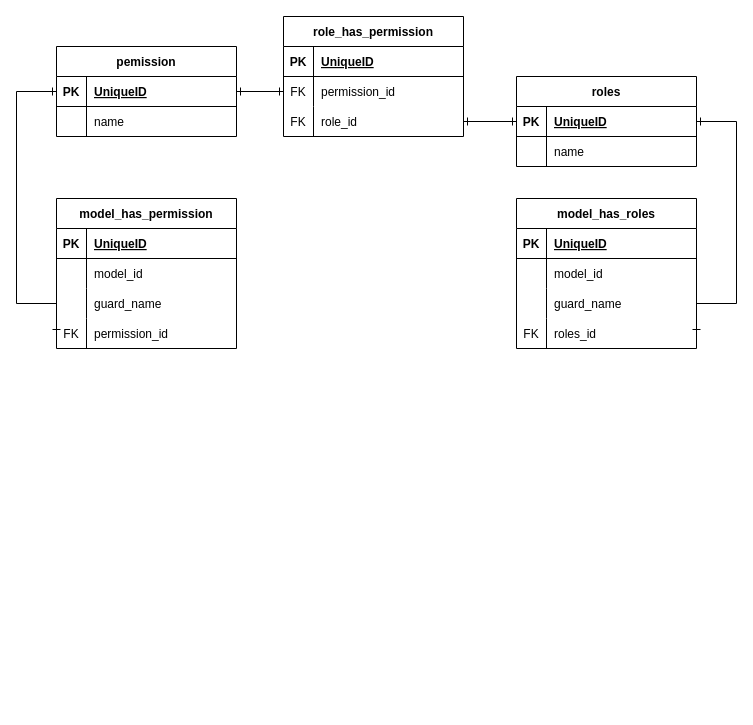
Noboruotao/escola-sugestao-backend keeps this draw.io diagram as diagrama/Diagrama_db_tabelas_permissions.drawio. Above is the earlier version. Source tidied: cells renumbered, new cells numbered last; positions are measured from the earlier drawing's top-left corner, leaving out a move shared by most shapes. Both pictures are drawn from the tidied source at 100%, with x=0, y=0 at pixel (16, 16).
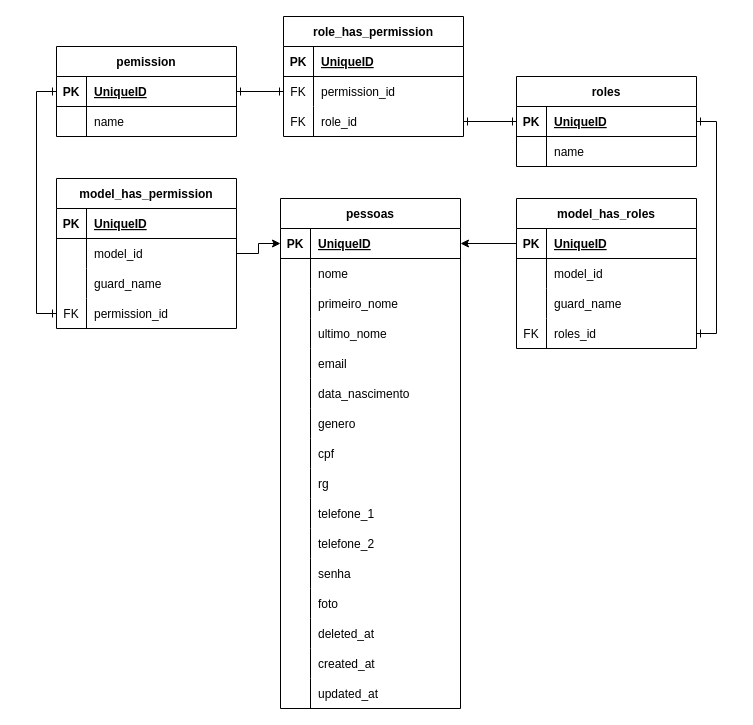
After the change.

Unchanged cells that the change refers to:
```xml
<mxCell id="6" style="shape=tableRow;horizontal=0;startSize=0;swimlaneHead=0;swimlaneBody=0;fillColor=none;points=[[0,0.5],[1,0.5]];portConstraint=eastwest;top=0;left=0;right=0;bottom=0;" parent="2" vertex="1">
  <mxGeometry y="60" width="180" height="30" as="geometry" />
</mxCell>
<mxCell id="12" style="shape=tableRow;horizontal=0;startSize=0;swimlaneHead=0;swimlaneBody=0;fillColor=none;points=[[0,0.5],[1,0.5]];portConstraint=eastwest;top=0;left=0;right=0;bottom=0;" parent="2" vertex="1">
  <mxGeometry y="120" width="180" height="30" as="geometry" />
</mxCell>
<mxCell id="16" style="shape=tableRow;horizontal=0;startSize=0;swimlaneHead=0;swimlaneBody=0;fillColor=none;points=[[0,0.5],[1,0.5]];portConstraint=eastwest;top=0;left=0;right=0;bottom=1;" parent="15" vertex="1">
  <mxGeometry y="30" width="180" height="30" as="geometry" />
</mxCell>
<mxCell id="25" style="shape=tableRow;horizontal=0;startSize=0;swimlaneHead=0;swimlaneBody=0;fillColor=none;points=[[0,0.5],[1,0.5]];portConstraint=eastwest;top=0;left=0;right=0;bottom=0;" parent="15" vertex="1">
  <mxGeometry y="120" width="180" height="30" as="geometry" />
</mxCell>
<mxCell id="29" style="shape=tableRow;horizontal=0;startSize=0;swimlaneHead=0;swimlaneBody=0;fillColor=none;points=[[0,0.5],[1,0.5]];portConstraint=eastwest;top=0;left=0;right=0;bottom=1;" parent="28" vertex="1">
  <mxGeometry y="30" width="180" height="30" as="geometry" />
</mxCell>
<mxCell id="36" style="shape=tableRow;horizontal=0;startSize=0;swimlaneHead=0;swimlaneBody=0;fillColor=none;points=[[0,0.5],[1,0.5]];portConstraint=eastwest;top=0;left=0;right=0;bottom=1;" parent="35" vertex="1">
  <mxGeometry y="30" width="180" height="30" as="geometry" />
</mxCell>
```

The edit, as a diff of the source:
```diff
@@
     <mxCell id="2" value="model_has_permission" style="shape=table;startSize=30;childLayout=tableLayout;rowLines=0;fontStyle=1;align=center;" parent="1" vertex="1">
-      <mxGeometry x="40" y="182" width="180" height="150" as="geometry" />
+      <mxGeometry x="40" y="162" width="180" height="150" as="geometry" />
     </mxCell>
@@
-    <mxCell id="52" style="edgeStyle=orthogonalEdgeStyle;rounded=0;jettySize=auto;html=1;exitX=0;exitY=0.5;exitDx=0;exitDy=0;entryX=0;entryY=0.5;entryDx=0;entryDy=0;startArrow=ERone;startFill=0;endArrow=ERone;endFill=0;" parent="1" edge="1" source="29" target="12">
-      <mxGeometry relative="1" as="geometry">
-        <Array as="points">
-          <mxPoint y="75" />
-          <mxPoint y="287" />
-        </Array>
-      </mxGeometry>
-    </mxCell>
@@
     <mxCell id="55" style="edgeStyle=orthogonalEdgeStyle;rounded=0;jettySize=auto;html=1;entryX=1;entryY=0.5;entryDx=0;entryDy=0;startArrow=ERone;startFill=0;endArrow=ERone;endFill=0;" parent="1" edge="1" source="36" target="25">
       <mxGeometry relative="1" as="geometry">
         <Array as="points">
-          <mxPoint x="720" y="105" />
-          <mxPoint x="720" y="287" />
+          <mxPoint x="700" y="105" />
+          <mxPoint x="700" y="317" />
         </Array>
       </mxGeometry>
     </mxCell>
+    <mxCell id="52" style="edgeStyle=orthogonalEdgeStyle;rounded=0;jettySize=auto;html=1;entryX=0;entryY=0.5;entryDx=0;entryDy=0;startArrow=ERone;startFill=0;endArrow=ERone;endFill=0;" parent="1" edge="1" source="29" target="12">
+      <mxGeometry relative="1" as="geometry" />
+    </mxCell>
+    <mxCell id="56" value="pessoas" style="shape=table;startSize=30;childLayout=tableLayout;rowLines=0;fontStyle=1;align=center;" parent="1" vertex="1">
+      <mxGeometry x="264" y="182" width="180" height="510" as="geometry" />
+    </mxCell>
+    <mxCell id="57" style="shape=tableRow;horizontal=0;startSize=0;swimlaneHead=0;swimlaneBody=0;fillColor=none;points=[[0,0.5],[1,0.5]];portConstraint=eastwest;top=0;left=0;right=0;bottom=1;" parent="56" vertex="1">
+      <mxGeometry y="30" width="180" height="30" as="geometry" />
+    </mxCell>
+    <mxCell id="58" value="PK" style="shape=partialRectangle;fillColor=none;top=0;left=0;bottom=0;right=0;fontStyle=1;overflow=hidden;" parent="57" vertex="1">
+      <mxGeometry width="30" height="30" as="geometry" />
+    </mxCell>
+    <mxCell id="59" value="UniqueID" style="shape=partialRectangle;fillColor=none;top=0;left=0;bottom=0;right=0;align=left;spacingLeft=6;fontStyle=5;overflow=hidden;" parent="57" vertex="1">
+      <mxGeometry x="30" width="150" height="30" as="geometry" />
+    </mxCell>
+    <mxCell id="60" style="shape=tableRow;horizontal=0;startSize=0;swimlaneHead=0;swimlaneBody=0;fillColor=none;top=0;left=0;right=0;bottom=0;" parent="56" vertex="1">
+      <mxGeometry y="60" width="180" height="30" as="geometry" />
+    </mxCell>
+    <mxCell id="61" style="shape=partialRectangle;fillColor=none;top=0;left=0;bottom=0;right=0;overflow=hidden;" parent="60" vertex="1">
+      <mxGeometry width="30" height="30" as="geometry" />
+    </mxCell>
+    <mxCell id="62" value="nome" style="shape=partialRectangle;fillColor=none;top=0;left=0;bottom=0;right=0;align=left;spacingLeft=6;overflow=hidden;" parent="60" vertex="1">
+      <mxGeometry x="30" width="150" height="30" as="geometry" />
+    </mxCell>
+    <mxCell id="63" style="shape=tableRow;horizontal=0;startSize=0;swimlaneHead=0;swimlaneBody=0;fillColor=none;top=0;left=0;right=0;bottom=0;" parent="56" vertex="1">
+      <mxGeometry y="90" width="180" height="30" as="geometry" />
+    </mxCell>
+    <mxCell id="64" style="shape=partialRectangle;fillColor=none;top=0;left=0;bottom=0;right=0;overflow=hidden;" parent="63" vertex="1">
+      <mxGeometry width="30" height="30" as="geometry" />
+    </mxCell>
+    <mxCell id="65" value="primeiro_nome" style="shape=partialRectangle;fillColor=none;top=0;left=0;bottom=0;right=0;align=left;spacingLeft=6;overflow=hidden;" parent="63" vertex="1">
+      <mxGeometry x="30" width="150" height="30" as="geometry" />
+    </mxCell>
+    <mxCell id="66" style="shape=tableRow;horizontal=0;startSize=0;swimlaneHead=0;swimlaneBody=0;fillColor=none;top=0;left=0;right=0;bottom=0;" parent="56" vertex="1">
+      <mxGeometry y="120" width="180" height="30" as="geometry" />
+    </mxCell>
+    <mxCell id="67" style="shape=partialRectangle;fillColor=none;top=0;left=0;bottom=0;right=0;overflow=hidden;" parent="66" vertex="1">
+      <mxGeometry width="30" height="30" as="geometry" />
+    </mxCell>
+    <mxCell id="68" value="ultimo_nome" style="shape=partialRectangle;fillColor=none;top=0;left=0;bottom=0;right=0;align=left;spacingLeft=6;overflow=hidden;" parent="66" vertex="1">
+      <mxGeometry x="30" width="150" height="30" as="geometry" />
+    </mxCell>
+    <mxCell id="69" style="shape=tableRow;horizontal=0;startSize=0;swimlaneHead=0;swimlaneBody=0;fillColor=none;top=0;left=0;right=0;bottom=0;" parent="56" vertex="1">
+      <mxGeometry y="150" width="180" height="30" as="geometry" />
+    </mxCell>
+    <mxCell id="70" style="shape=partialRectangle;fillColor=none;top=0;left=0;bottom=0;right=0;overflow=hidden;" parent="69" vertex="1">
+      <mxGeometry width="30" height="30" as="geometry" />
+    </mxCell>
+    <mxCell id="71" value="email" style="shape=partialRectangle;fillColor=none;top=0;left=0;bottom=0;right=0;align=left;spacingLeft=6;overflow=hidden;" parent="69" vertex="1">
+      <mxGeometry x="30" width="150" height="30" as="geometry" />
+    </mxCell>
+    <mxCell id="72" style="shape=tableRow;horizontal=0;startSize=0;swimlaneHead=0;swimlaneBody=0;fillColor=none;top=0;left=0;right=0;bottom=0;" parent="56" vertex="1">
+      <mxGeometry y="180" width="180" height="30" as="geometry" />
+    </mxCell>
+    <mxCell id="73" style="shape=partialRectangle;fillColor=none;top=0;left=0;bottom=0;right=0;overflow=hidden;" parent="72" vertex="1">
+      <mxGeometry width="30" height="30" as="geometry" />
+    </mxCell>
+    <mxCell id="74" value="data_nascimento" style="shape=partialRectangle;fillColor=none;top=0;left=0;bottom=0;right=0;align=left;spacingLeft=6;overflow=hidden;" parent="72" vertex="1">
+      <mxGeometry x="30" width="150" height="30" as="geometry" />
+    </mxCell>
+    <mxCell id="75" style="shape=tableRow;horizontal=0;startSize=0;swimlaneHead=0;swimlaneBody=0;fillColor=none;top=0;left=0;right=0;bottom=0;" parent="56" vertex="1">
+      <mxGeometry y="210" width="180" height="30" as="geometry" />
+    </mxCell>
+    <mxCell id="76" style="shape=partialRectangle;fillColor=none;top=0;left=0;bottom=0;right=0;overflow=hidden;" parent="75" vertex="1">
+      <mxGeometry width="30" height="30" as="geometry" />
+    </mxCell>
+    <mxCell id="77" value="genero" style="shape=partialRectangle;fillColor=none;top=0;left=0;bottom=0;right=0;align=left;spacingLeft=6;overflow=hidden;" parent="75" vertex="1">
+      <mxGeometry x="30" width="150" height="30" as="geometry" />
+    </mxCell>
+    <mxCell id="78" style="shape=tableRow;horizontal=0;startSize=0;swimlaneHead=0;swimlaneBody=0;fillColor=none;top=0;left=0;right=0;bottom=0;" parent="56" vertex="1">
+      <mxGeometry y="240" width="180" height="30" as="geometry" />
+    </mxCell>
+    <mxCell id="79" style="shape=partialRectangle;fillColor=none;top=0;left=0;bottom=0;right=0;overflow=hidden;" parent="78" vertex="1">
+      <mxGeometry width="30" height="30" as="geometry" />
+    </mxCell>
+    <mxCell id="80" value="cpf" style="shape=partialRectangle;fillColor=none;top=0;left=0;bottom=0;right=0;align=left;spacingLeft=6;overflow=hidden;" parent="78" vertex="1">
+      <mxGeometry x="30" width="150" height="30" as="geometry" />
+    </mxCell>
+    <mxCell id="81" style="shape=tableRow;horizontal=0;startSize=0;swimlaneHead=0;swimlaneBody=0;fillColor=none;top=0;left=0;right=0;bottom=0;" parent="56" vertex="1">
+      <mxGeometry y="270" width="180" height="30" as="geometry" />
+    </mxCell>
+    <mxCell id="82" style="shape=partialRectangle;fillColor=none;top=0;left=0;bottom=0;right=0;overflow=hidden;" parent="81" vertex="1">
+      <mxGeometry width="30" height="30" as="geometry" />
+    </mxCell>
+    <mxCell id="83" value="rg" style="shape=partialRectangle;fillColor=none;top=0;left=0;bottom=0;right=0;align=left;spacingLeft=6;overflow=hidden;" parent="81" vertex="1">
+      <mxGeometry x="30" width="150" height="30" as="geometry" />
+    </mxCell>
+    <mxCell id="84" style="shape=tableRow;horizontal=0;startSize=0;swimlaneHead=0;swimlaneBody=0;fillColor=none;top=0;left=0;right=0;bottom=0;" parent="56" vertex="1">
+      <mxGeometry y="300" width="180" height="30" as="geometry" />
+    </mxCell>
+    <mxCell id="85" style="shape=partialRectangle;fillColor=none;top=0;left=0;bottom=0;right=0;overflow=hidden;" parent="84" vertex="1">
+      <mxGeometry width="30" height="30" as="geometry" />
+    </mxCell>
+    <mxCell id="86" value="telefone_1" style="shape=partialRectangle;fillColor=none;top=0;left=0;bottom=0;right=0;align=left;spacingLeft=6;overflow=hidden;" parent="84" vertex="1">
+      <mxGeometry x="30" width="150" height="30" as="geometry" />
+    </mxCell>
+    <mxCell id="87" style="shape=tableRow;horizontal=0;startSize=0;swimlaneHead=0;swimlaneBody=0;fillColor=none;top=0;left=0;right=0;bottom=0;" parent="56" vertex="1">
+      <mxGeometry y="330" width="180" height="30" as="geometry" />
+    </mxCell>
+    <mxCell id="88" style="shape=partialRectangle;fillColor=none;top=0;left=0;bottom=0;right=0;overflow=hidden;" parent="87" vertex="1">
+      <mxGeometry width="30" height="30" as="geometry" />
+    </mxCell>
+    <mxCell id="89" value="telefone_2" style="shape=partialRectangle;fillColor=none;top=0;left=0;bottom=0;right=0;align=left;spacingLeft=6;overflow=hidden;" parent="87" vertex="1">
+      <mxGeometry x="30" width="150" height="30" as="geometry" />
+    </mxCell>
+    <mxCell id="90" style="shape=tableRow;horizontal=0;startSize=0;swimlaneHead=0;swimlaneBody=0;fillColor=none;top=0;left=0;right=0;bottom=0;" parent="56" vertex="1">
+      <mxGeometry y="360" width="180" height="30" as="geometry" />
+    </mxCell>
+    <mxCell id="91" style="shape=partialRectangle;fillColor=none;top=0;left=0;bottom=0;right=0;overflow=hidden;" parent="90" vertex="1">
+      <mxGeometry width="30" height="30" as="geometry" />
+    </mxCell>
+    <mxCell id="92" value="senha" style="shape=partialRectangle;fillColor=none;top=0;left=0;bottom=0;right=0;align=left;spacingLeft=6;overflow=hidden;" parent="90" vertex="1">
+      <mxGeometry x="30" width="150" height="30" as="geometry" />
+    </mxCell>
+    <mxCell id="93" style="shape=tableRow;horizontal=0;startSize=0;swimlaneHead=0;swimlaneBody=0;fillColor=none;top=0;left=0;right=0;bottom=0;" parent="56" vertex="1">
+      <mxGeometry y="390" width="180" height="30" as="geometry" />
+    </mxCell>
+    <mxCell id="94" style="shape=partialRectangle;fillColor=none;top=0;left=0;bottom=0;right=0;overflow=hidden;" parent="93" vertex="1">
+      <mxGeometry width="30" height="30" as="geometry" />
+    </mxCell>
+    <mxCell id="95" value="foto" style="shape=partialRectangle;fillColor=none;top=0;left=0;bottom=0;right=0;align=left;spacingLeft=6;overflow=hidden;" parent="93" vertex="1">
+      <mxGeometry x="30" width="150" height="30" as="geometry" />
+    </mxCell>
+    <mxCell id="96" style="shape=tableRow;horizontal=0;startSize=0;swimlaneHead=0;swimlaneBody=0;fillColor=none;top=0;left=0;right=0;bottom=0;" parent="56" vertex="1">
+      <mxGeometry y="420" width="180" height="30" as="geometry" />
+    </mxCell>
+    <mxCell id="97" style="shape=partialRectangle;fillColor=none;top=0;left=0;bottom=0;right=0;overflow=hidden;" parent="96" vertex="1">
+      <mxGeometry width="30" height="30" as="geometry" />
+    </mxCell>
+    <mxCell id="98" value="deleted_at" style="shape=partialRectangle;fillColor=none;top=0;left=0;bottom=0;right=0;align=left;spacingLeft=6;overflow=hidden;" parent="96" vertex="1">
+      <mxGeometry x="30" width="150" height="30" as="geometry" />
+    </mxCell>
+    <mxCell id="99" style="shape=tableRow;horizontal=0;startSize=0;swimlaneHead=0;swimlaneBody=0;fillColor=none;top=0;left=0;right=0;bottom=0;" parent="56" vertex="1">
+      <mxGeometry y="450" width="180" height="30" as="geometry" />
+    </mxCell>
+    <mxCell id="100" style="shape=partialRectangle;fillColor=none;top=0;left=0;bottom=0;right=0;overflow=hidden;" parent="99" vertex="1">
+      <mxGeometry width="30" height="30" as="geometry" />
+    </mxCell>
+    <mxCell id="101" value="created_at" style="shape=partialRectangle;fillColor=none;top=0;left=0;bottom=0;right=0;align=left;spacingLeft=6;overflow=hidden;" parent="99" vertex="1">
+      <mxGeometry x="30" width="150" height="30" as="geometry" />
+    </mxCell>
+    <mxCell id="102" style="shape=tableRow;horizontal=0;startSize=0;swimlaneHead=0;swimlaneBody=0;fillColor=none;top=0;left=0;right=0;bottom=0;" parent="56" vertex="1">
+      <mxGeometry y="480" width="180" height="30" as="geometry" />
+    </mxCell>
+    <mxCell id="103" style="shape=partialRectangle;fillColor=none;top=0;left=0;bottom=0;right=0;overflow=hidden;" parent="102" vertex="1">
+      <mxGeometry width="30" height="30" as="geometry" />
+    </mxCell>
+    <mxCell id="104" value="updated_at" style="shape=partialRectangle;fillColor=none;top=0;left=0;bottom=0;right=0;align=left;spacingLeft=6;overflow=hidden;" parent="102" vertex="1">
+      <mxGeometry x="30" width="150" height="30" as="geometry" />
+    </mxCell>
+    <mxCell id="105" style="edgeStyle=orthogonalEdgeStyle;rounded=0;jettySize=auto;html=1;entryX=0;entryY=0.5;entryDx=0;entryDy=0;" parent="1" edge="1" source="6" target="57">
+      <mxGeometry relative="1" as="geometry" />
+    </mxCell>
+    <mxCell id="106" style="edgeStyle=orthogonalEdgeStyle;rounded=0;jettySize=auto;html=1;entryX=1;entryY=0.5;entryDx=0;entryDy=0;" parent="1" edge="1" source="16" target="57">
+      <mxGeometry relative="1" as="geometry" />
+    </mxCell>
```
